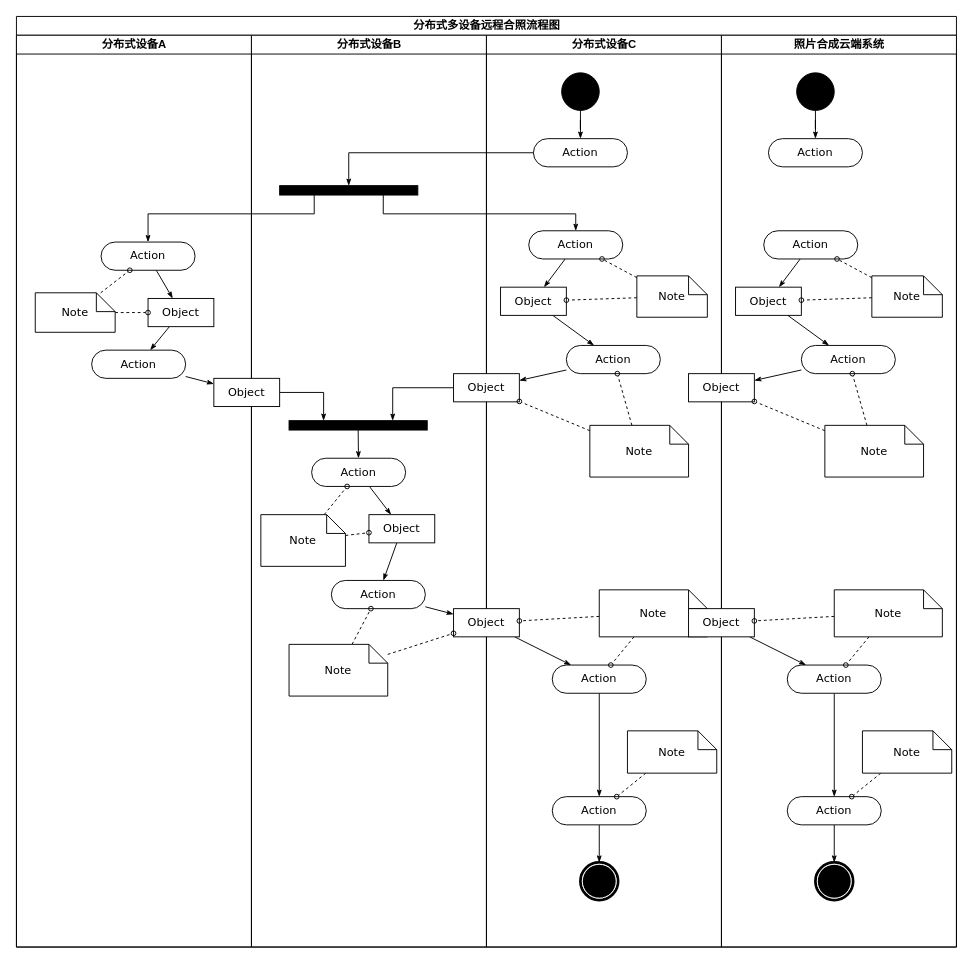
Above: draw/分布式多设备远程合照流程图.drawio in befairyliu/draw.io (draw.io), before the change. Source tidied: cells renumbered, new cells numbered last; positions are measured from the earlier drawing's top-left corner, leaving out a move shared by most shapes. Both pictures are drawn from the tidied source at 94%, with x=0, y=0 at pixel (16, 16).
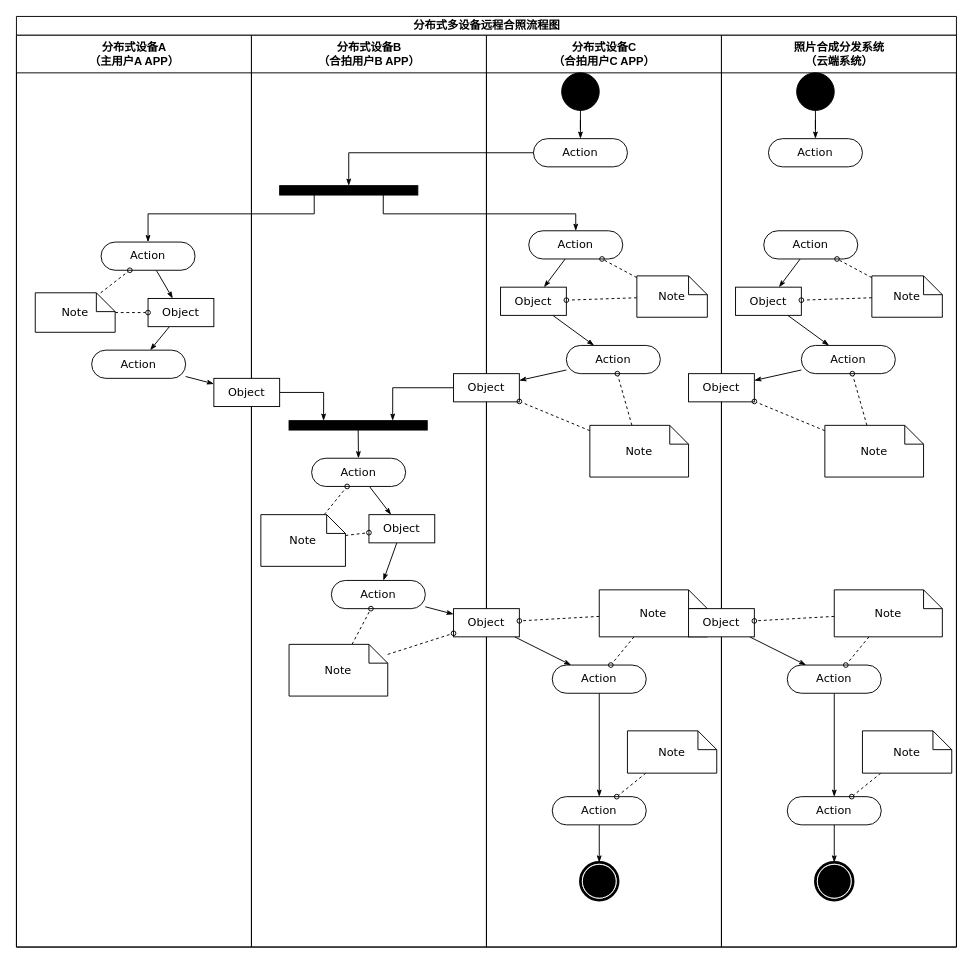
After the change.

Commit message (it also covers changes not shown here):
Update 分布式多设备远程合照流程图.drawio

The change refers to these unchanged cells:
```xml
<mxCell id="2" value="分布式多设备远程合照流程图" style="swimlane;html=1;startSize=20;rounded=0;shadow=0;comic=0;labelBackgroundColor=none;strokeWidth=1;fontFamily=Verdana;fontSize=12;align=center;" parent="1" vertex="1">
  <mxGeometry width="1000" height="990" as="geometry" />
</mxCell>
```

What changed in the source:
```diff
@@
-    <mxCell id="3" value="分布式设备A" style="swimlane;html=1;startSize=20;" parent="2" vertex="1">
+    <mxCell id="3" value="分布式设备A&lt;br&gt;（主用户A APP）" style="swimlane;html=1;startSize=40;" parent="2" vertex="1">
       <mxGeometry y="20" width="250" height="970" as="geometry" />
     </mxCell>
@@
-    <mxCell id="12" value="分布式设备B" style="swimlane;html=1;startSize=20;" parent="2" vertex="1">
+    <mxCell id="12" value="分布式设备B&lt;br&gt;（合拍用户B APP）" style="swimlane;html=1;startSize=40;" parent="2" vertex="1">
       <mxGeometry x="250" y="20" width="250" height="970" as="geometry" />
     </mxCell>
@@
-    <mxCell id="28" value="分布式设备C" style="swimlane;html=1;startSize=20;" parent="2" vertex="1">
+    <mxCell id="28" value="分布式设备C&lt;br&gt;（合拍用户C APP）" style="swimlane;html=1;startSize=40;" parent="2" vertex="1">
       <mxGeometry x="500" y="20" width="250" height="970" as="geometry" />
     </mxCell>
@@
-    <mxCell id="64" value="照片合成云端系统" style="swimlane;html=1;startSize=20;" parent="2" vertex="1">
+    <mxCell id="64" value="照片合成分发系统&lt;br&gt;（云端系统）" style="swimlane;html=1;startSize=40;" parent="2" vertex="1">
       <mxGeometry x="750" y="20" width="250" height="970" as="geometry" />
     </mxCell>
```
